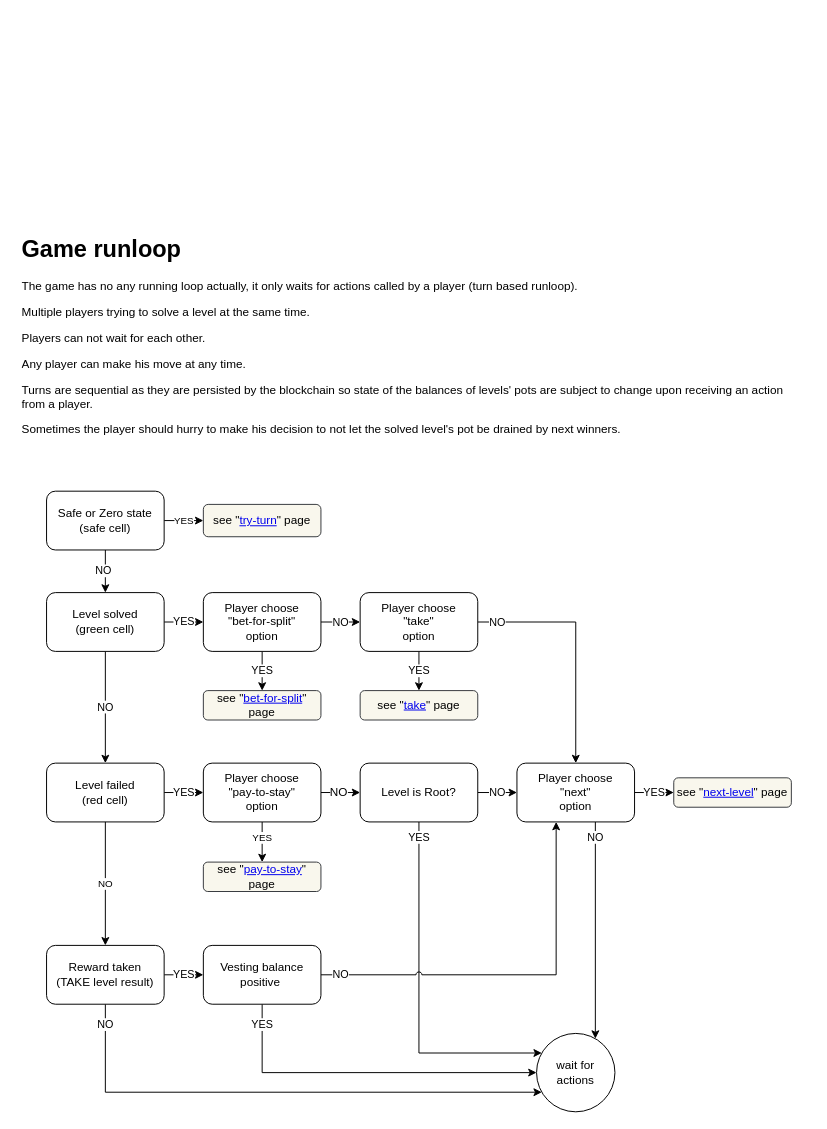
cptn-solo/woffler_contract keeps this draw.io diagram as page "game runloop" (2 of 10) of ia/WOFFLER IA.drawio. Above is the earlier version. Source tidied: cells renumbered, new cells numbered last; positions are measured from the earlier drawing's top-left corner, leaving out a move shared by most shapes. Both pictures are drawn from the tidied source at 98%, with x=0, y=0 at pixel (17, 229).
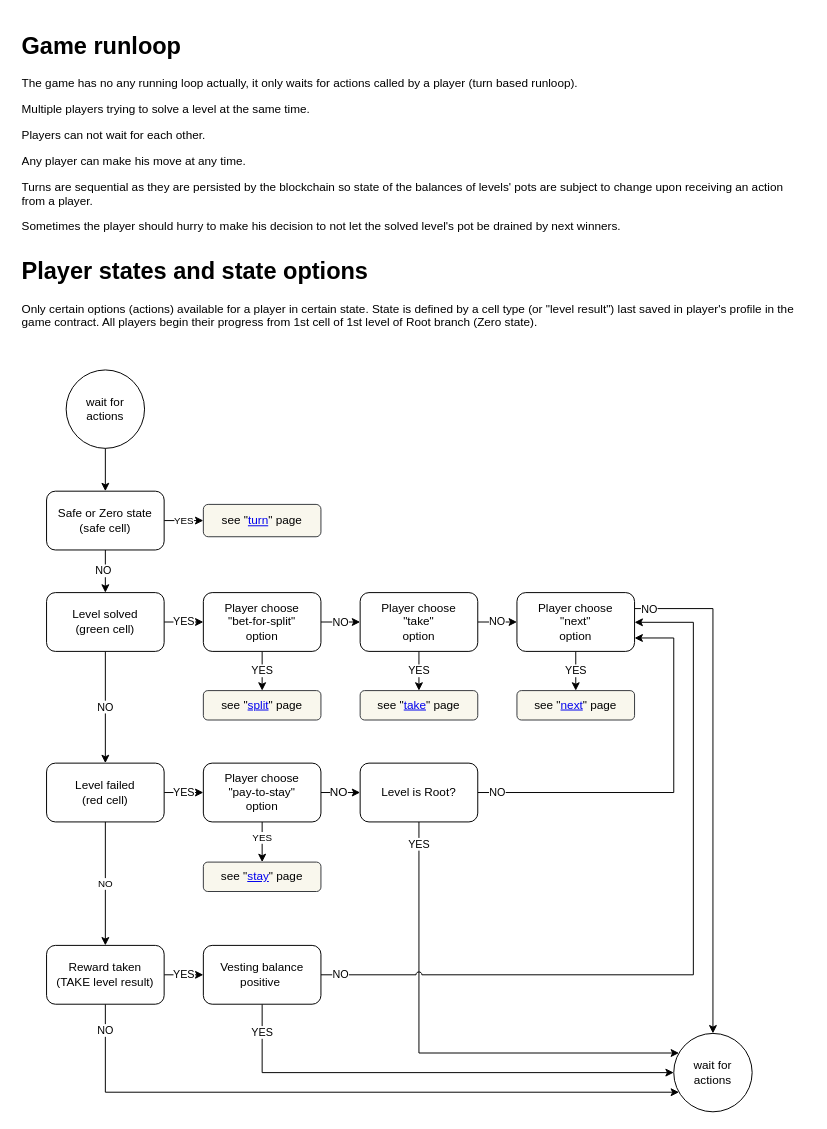
After the change.

Unchanged cells that the change refers to:
```xml
<mxCell id="8" value="Safe or Zero state&lt;br&gt;(safe cell)&lt;br&gt;" style="rounded=1;whiteSpace=wrap;html=1;shadow=0;glass=0;strokeColor=#000000;align=center;" parent="1" vertex="1">
  <mxGeometry x="30" y="266.7" width="120" height="60" as="geometry" />
</mxCell>
<mxCell id="20" value="Player choose&lt;br&gt;&quot;take&quot; &lt;br&gt;option" style="rounded=1;whiteSpace=wrap;html=1;shadow=0;glass=0;strokeColor=#000000;align=center;" parent="1" vertex="1">
  <mxGeometry x="350" y="370.2" width="120" height="60" as="geometry" />
</mxCell>
<mxCell id="34" value="Level is Root?" style="rounded=1;whiteSpace=wrap;html=1;shadow=0;glass=0;strokeColor=#000000;align=center;" parent="1" vertex="1">
  <mxGeometry x="350" y="544.2" width="120" height="60" as="geometry" />
</mxCell>
<mxCell id="41" value="Vesting balance positive&amp;nbsp;&lt;br&gt;" style="rounded=1;whiteSpace=wrap;html=1;shadow=0;glass=0;strokeColor=#000000;align=center;" parent="1" vertex="1">
  <mxGeometry x="190" y="730.2" width="120" height="60" as="geometry" />
</mxCell>
```

Change to the diagram source:
```diff
@@
-    <mxCell id="9" value="see &quot;&lt;a href=&quot;data:page/id,Am0qS1xOvbDyxcGwkt44&quot;&gt;try-turn&lt;/a&gt;&quot; page&lt;br&gt;" style="rounded=1;whiteSpace=wrap;html=1;shadow=0;glass=0;strokeColor=#36393d;align=center;fillColor=#f9f7ed;" parent="1" vertex="1">
+    <mxCell id="9" value="see &quot;&lt;a href=&quot;data:page/id,Am0qS1xOvbDyxcGwkt44&quot;&gt;turn&lt;/a&gt;&quot; page&lt;br&gt;" style="rounded=1;whiteSpace=wrap;html=1;shadow=0;glass=0;strokeColor=#36393d;align=center;fillColor=#f9f7ed;" parent="1" vertex="1">
       <mxGeometry x="190" y="280.2" width="120" height="33" as="geometry" />
     </mxCell>
@@
-    <mxCell id="16" value="see &quot;&lt;a href=&quot;data:page/id,RZN9b7-a2ACqxdP8axuu&quot;&gt;bet-for-split&lt;/a&gt;&quot; page" style="rounded=1;whiteSpace=wrap;html=1;shadow=0;glass=0;strokeColor=#36393d;align=center;fillColor=#f9f7ed;" parent="1" vertex="1">
+    <mxCell id="16" value="see &quot;&lt;a href=&quot;data:page/id,RZN9b7-a2ACqxdP8axuu&quot;&gt;split&lt;/a&gt;&quot; page" style="rounded=1;whiteSpace=wrap;html=1;shadow=0;glass=0;strokeColor=#36393d;align=center;fillColor=#f9f7ed;" parent="1" vertex="1">
       <mxGeometry x="190" y="470.2" width="120" height="30" as="geometry" />
     </mxCell>
-    <mxCell id="17" style="edgeStyle=orthogonalEdgeStyle;rounded=0;jettySize=auto;html=1;endArrow=classic;endFill=1;align=left;" parent="1" edge="1" source="20" target="24">
-      <mxGeometry relative="1" as="geometry">
+    <mxCell id="17" value="NO" style="edgeStyle=orthogonalEdgeStyle;rounded=0;jettySize=auto;html=1;endArrow=classic;endFill=1;align=left;" parent="1" edge="1" source="20" target="24">
+      <mxGeometry x="-0.5" relative="1" as="geometry">
         <Array as="points">
-          <mxPoint x="570" y="400" />
-          <mxPoint x="570" y="574" />
+          <mxPoint x="570" y="399.5" />
         </Array>
       </mxGeometry>
     </mxCell>
@@
     <mxCell id="23" value="NO" style="edgeStyle=orthogonalEdgeStyle;rounded=0;jumpStyle=arc;jettySize=auto;html=1;endFill=1;fontSize=11;fontColor=#000000;" parent="1" edge="1" source="24" target="42">
-      <mxGeometry x="-0.22" y="-70" relative="1" as="geometry">
+      <mxGeometry x="-0.94" relative="1" as="geometry">
         <Array as="points">
-          <mxPoint x="590" y="690" />
-          <mxPoint x="590" y="690" />
+          <mxPoint x="710" y="386.5" />
+          <mxPoint x="710" y="859.5" />
         </Array>
-        <mxPoint x="70" y="-70" as="offset" />
       </mxGeometry>
     </mxCell>
     <mxCell id="24" value="Player choose&lt;br&gt;&quot;next&quot; &lt;br&gt;option" style="rounded=1;whiteSpace=wrap;html=1;shadow=0;glass=0;strokeColor=#000000;align=center;" parent="1" vertex="1">
-      <mxGeometry x="510" y="544.2" width="120" height="60" as="geometry" />
+      <mxGeometry x="510" y="370.2" width="120" height="60" as="geometry" />
     </mxCell>
-    <mxCell id="25" value="see &quot;&lt;a href=&quot;data:page/id,PO2idtyygykwMbh8yiFy&quot;&gt;next-level&lt;/a&gt;&quot; page" style="rounded=1;whiteSpace=wrap;html=1;shadow=0;glass=0;strokeColor=#36393d;align=center;fillColor=#f9f7ed;" parent="1" vertex="1">
-      <mxGeometry x="670" y="559.2" width="120" height="30" as="geometry" />
+    <mxCell id="25" value="see &quot;&lt;a href=&quot;data:page/id,PO2idtyygykwMbh8yiFy&quot;&gt;next&lt;/a&gt;&quot; page" style="rounded=1;whiteSpace=wrap;html=1;shadow=0;glass=0;strokeColor=#36393d;align=center;fillColor=#f9f7ed;" parent="1" vertex="1">
+      <mxGeometry x="510" y="470.2" width="120" height="30" as="geometry" />
     </mxCell>
-    <mxCell id="26" value="see &quot;&lt;a href=&quot;data:page/id,JelkGK6z_K_HSlQ8lR76&quot;&gt;pay-to-stay&lt;/a&gt;&quot; page" style="rounded=1;whiteSpace=wrap;html=1;shadow=0;glass=0;strokeColor=#36393d;align=center;fillColor=#f9f7ed;" parent="1" vertex="1">
+    <mxCell id="26" value="see &quot;&lt;a href=&quot;data:page/id,JelkGK6z_K_HSlQ8lR76&quot;&gt;stay&lt;/a&gt;&quot; page" style="rounded=1;whiteSpace=wrap;html=1;shadow=0;glass=0;strokeColor=#36393d;align=center;fillColor=#f9f7ed;" parent="1" vertex="1">
       <mxGeometry x="190" y="645.2" width="120" height="30" as="geometry" />
     </mxCell>
     <mxCell id="27" value="&lt;h1&gt;Game runloop&lt;/h1&gt;&lt;p&gt;The game has no any running loop actually, it only waits for actions called by a player (turn based runloop).&amp;nbsp;&lt;/p&gt;&lt;p&gt;Multiple players trying to solve a level at the same time.&amp;nbsp;&lt;/p&gt;&lt;p&gt;Players can not wait for each other.&amp;nbsp;&lt;/p&gt;&lt;p&gt;Any player can make his move at any time.&amp;nbsp;&lt;/p&gt;&lt;p&gt;Turns are sequential as they are persisted by the blockchain so state of the balances of levels' pots are subject to change upon receiving an action from a player.&lt;/p&gt;&lt;p&gt;Sometimes the player should hurry to make his decision to not let the solved level's pot be drained by next winners.&lt;/p&gt;" style="text;html=1;strokeColor=none;fillColor=none;spacing=5;spacingTop=-20;whiteSpace=wrap;overflow=hidden;rounded=0;shadow=0;glass=0;align=left;" parent="1" vertex="1">
-      <mxGeometry width="810" height="230" as="geometry" />
+      <mxGeometry y="-207" width="810" height="230" as="geometry" />
     </mxCell>
@@
     <mxCell id="32" value="NO" style="edgeStyle=orthogonalEdgeStyle;rounded=0;jettySize=auto;html=1;" parent="1" edge="1" source="34" target="24">
-      <mxGeometry relative="1" as="geometry" />
+      <mxGeometry x="-0.9" relative="1" as="geometry">
+        <Array as="points">
+          <mxPoint x="670" y="573.5" />
+          <mxPoint x="670" y="416.5" />
+        </Array>
+      </mxGeometry>
     </mxCell>
@@
     <mxCell id="39" value="NO" style="edgeStyle=orthogonalEdgeStyle;rounded=0;jumpStyle=arc;jettySize=auto;html=1;endFill=1;fontSize=11;fontColor=#000000;" parent="1" edge="1" source="41" target="24">
-      <mxGeometry x="-0.9" relative="1" as="geometry">
+      <mxGeometry x="-0.95" relative="1" as="geometry">
         <Array as="points">
-          <mxPoint x="550" y="760" />
+          <mxPoint x="690" y="759.5" />
+          <mxPoint x="690" y="400.5" />
         </Array>
       </mxGeometry>
     </mxCell>
@@
     <mxCell id="42" value="wait for actions" style="ellipse;whiteSpace=wrap;html=1;rounded=1;shadow=0;glass=0;strokeColor=#000000;fillColor=none;align=center;" parent="1" vertex="1">
-      <mxGeometry x="530" y="820" width="80" height="80" as="geometry" />
+      <mxGeometry x="670" y="820" width="80" height="80" as="geometry" />
     </mxCell>
+    <mxCell id="43" value="&lt;h1&gt;Player states and state options&lt;/h1&gt;&lt;p&gt;Only certain options (actions) available for a player in certain state. State is defined by a cell type (or &quot;level result&quot;) last saved in player's profile in the game contract. All players begin their progress from 1st cell of 1st level of Root branch (Zero state).&lt;/p&gt;" style="text;html=1;strokeColor=none;fillColor=none;spacing=5;spacingTop=-20;whiteSpace=wrap;overflow=hidden;rounded=0;" parent="1" vertex="1">
+      <mxGeometry y="23" width="810" height="120" as="geometry" />
+    </mxCell>
+    <mxCell id="44" style="edgeStyle=orthogonalEdgeStyle;rounded=0;jettySize=auto;html=1;" parent="1" edge="1" source="45" target="8">
+      <mxGeometry relative="1" as="geometry" />
+    </mxCell>
+    <mxCell id="45" value="wait for actions" style="ellipse;whiteSpace=wrap;html=1;rounded=1;shadow=0;glass=0;strokeColor=#000000;fillColor=none;align=center;" parent="1" vertex="1">
+      <mxGeometry x="50" y="143" width="80" height="80" as="geometry" />
+    </mxCell>
```
